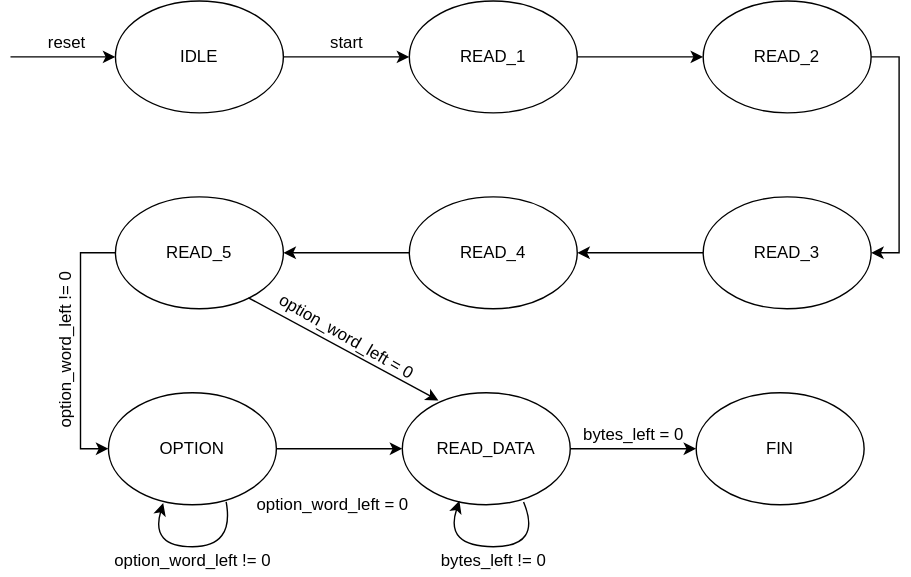
Above: Documentation/State_diagram/TCP_decoder_sd.svg in ntpt7921/Verilog_UDP_TCP (draw.io), before the change. Source tidied: cells renumbered, new cells last; positions are measured from the earlier drawing's top-left corner, leaving out a move shared by most shapes.
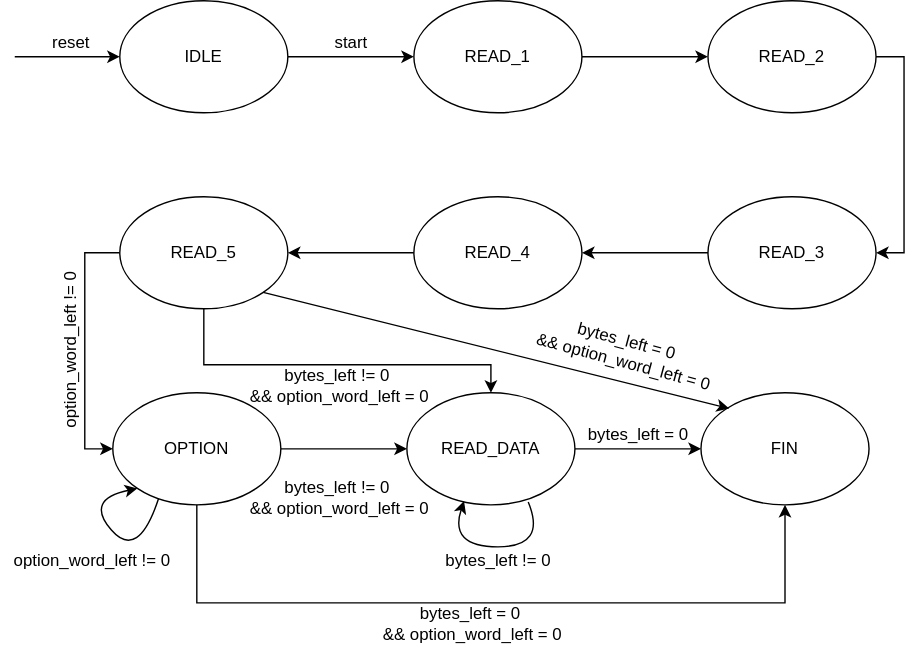
After the commit.

What changed in the source:
```diff
@@ -66,26 +66,9 @@
     <mxCell id="20" value="reset" style="text;html=1;align=center;verticalAlign=middle;strokeColor=none;fillColor=none;" parent="1" vertex="1">
       <mxGeometry x="45" y="20" width="40" height="20" as="geometry" />
     </mxCell>
-    <mxCell id="21" style="endArrow=classic;html=1;rounded=0;exitX=0.792;exitY=0.902;exitDx=0;exitDy=0;exitPerimeter=0;entryX=0.215;entryY=0.069;entryDx=0;entryDy=0;entryPerimeter=0;" parent="1" edge="1" source="9" target="17">
-      <mxGeometry relative="1" as="geometry" />
-    </mxCell>
     <mxCell id="22" value="&lt;div&gt;option_word_left != 0&lt;/div&gt;" style="text;html=1;align=center;verticalAlign=middle;strokeColor=none;fillColor=none;rotation=-90;" parent="1" vertex="1">
       <mxGeometry y="240" width="130" height="20" as="geometry" />
     </mxCell>
-    <mxCell id="23" value="&lt;div&gt;option_word_left = 0&lt;/div&gt;" style="text;html=1;align=center;verticalAlign=middle;strokeColor=none;fillColor=none;rotation=30;" parent="1" vertex="1">
-      <mxGeometry x="205" y="230" width="120" height="20" as="geometry" />
-    </mxCell>
-    <mxCell id="24" value="&lt;div&gt;option_word_left = 0&lt;/div&gt;" style="text;html=1;align=center;verticalAlign=middle;strokeColor=none;fillColor=none;" parent="1" vertex="1">
-      <mxGeometry x="195" y="350" width="120" height="20" as="geometry" />
-    </mxCell>
-    <mxCell id="25" style="curved=1;endArrow=classic;html=1;rounded=0;exitX=0.701;exitY=0.975;exitDx=0;exitDy=0;exitPerimeter=0;entryX=0.326;entryY=0.985;entryDx=0;entryDy=0;entryPerimeter=0;" parent="1" edge="1" source="15" target="15">
-      <mxGeometry relative="1" as="geometry">
-        <Array as="points">
-          <mxPoint x="185" y="390" />
-          <mxPoint x="125" y="390" />
-        </Array>
-      </mxGeometry>
-    </mxCell>
     <mxCell id="26" style="curved=1;endArrow=classic;html=1;rounded=0;exitX=0.722;exitY=0.975;exitDx=0;exitDy=0;exitPerimeter=0;entryX=0.34;entryY=0.965;entryDx=0;entryDy=0;entryPerimeter=0;" parent="1" edge="1" source="17" target="17">
       <mxGeometry relative="1" as="geometry">
         <Array as="points">
@@ -94,9 +77,6 @@
         </Array>
       </mxGeometry>
     </mxCell>
-    <mxCell id="27" value="&lt;div&gt;option_word_left != 0&lt;/div&gt;" style="text;html=1;align=center;verticalAlign=middle;strokeColor=none;fillColor=none;" parent="1" vertex="1">
-      <mxGeometry x="90" y="390" width="130" height="20" as="geometry" />
-    </mxCell>
     <mxCell id="28" value="&lt;div&gt;bytes_left != 0&lt;/div&gt;" style="text;html=1;align=center;verticalAlign=middle;strokeColor=none;fillColor=none;" parent="1" vertex="1">
       <mxGeometry x="325" y="390" width="90" height="20" as="geometry" />
     </mxCell>
@@ -106,5 +86,56 @@
     <mxCell id="30" value="start" style="text;html=1;align=center;verticalAlign=middle;strokeColor=none;fillColor=none;" parent="1" vertex="1">
       <mxGeometry x="245" y="20" width="40" height="20" as="geometry" />
     </mxCell>
+    <mxCell id="31" style="edgeStyle=orthogonalEdgeStyle;rounded=0;orthogonalLoop=1;jettySize=auto;html=1;" parent="1" edge="1">
+      <mxGeometry relative="1" as="geometry">
+        <mxPoint x="160" y="220" as="sourcePoint" />
+        <mxPoint x="365" y="280" as="targetPoint" />
+        <Array as="points">
+          <mxPoint x="160" y="260" />
+          <mxPoint x="365" y="260" />
+        </Array>
+      </mxGeometry>
+    </mxCell>
+    <mxCell id="32" style="edgeStyle=none;rounded=0;orthogonalLoop=1;jettySize=auto;html=1;exitX=1;exitY=1;exitDx=0;exitDy=0;entryX=0.168;entryY=0.14;entryDx=0;entryDy=0;entryPerimeter=0;" parent="1" edge="1">
+      <mxGeometry relative="1" as="geometry">
+        <mxPoint x="202.4" y="208.3" as="sourcePoint" />
+        <mxPoint x="535.2" y="291.2" as="targetPoint" />
+      </mxGeometry>
+    </mxCell>
+    <mxCell id="33" value="&lt;div&gt;bytes_left = 0&lt;/div&gt;&amp;nbsp;&amp;amp;&amp;amp; option_word_left = 0" style="text;html=1;align=center;verticalAlign=middle;strokeColor=none;fillColor=none;rotation=15;" parent="1" vertex="1">
+      <mxGeometry x="385" y="235" width="150" height="30" as="geometry" />
+    </mxCell>
+    <mxCell id="34" value="&lt;div&gt;bytes_left != 0&lt;/div&gt;&amp;nbsp;&amp;amp;&amp;amp; option_word_left = 0" style="text;html=1;align=center;verticalAlign=middle;strokeColor=none;fillColor=none;rotation=0;" parent="1" vertex="1">
+      <mxGeometry x="180" y="260" width="150" height="30" as="geometry" />
+    </mxCell>
+    <mxCell id="35" style="edgeStyle=orthogonalEdgeStyle;rounded=0;orthogonalLoop=1;jettySize=auto;html=1;exitX=0.5;exitY=1;exitDx=0;exitDy=0;entryX=0.5;entryY=1;entryDx=0;entryDy=0;" parent="1" edge="1">
+      <mxGeometry relative="1" as="geometry">
+        <mxPoint x="155" y="360" as="sourcePoint" />
+        <mxPoint x="575" y="360" as="targetPoint" />
+        <Array as="points">
+          <mxPoint x="155" y="430" />
+          <mxPoint x="575" y="430" />
+        </Array>
+      </mxGeometry>
+    </mxCell>
+    <mxCell id="36" value="&lt;div&gt;bytes_left != 0&lt;/div&gt;&amp;nbsp;&amp;amp;&amp;amp; option_word_left = 0" style="text;html=1;align=center;verticalAlign=middle;strokeColor=none;fillColor=none;" parent="1" vertex="1">
+      <mxGeometry x="180" y="340" width="150" height="30" as="geometry" />
+    </mxCell>
+    <mxCell id="27" value="&lt;div&gt;option_word_left != 0&lt;/div&gt;" style="text;html=1;align=center;verticalAlign=middle;strokeColor=none;fillColor=none;" parent="1" vertex="1">
+      <mxGeometry x="15" y="390" width="130" height="20" as="geometry" />
+    </mxCell>
+    <mxCell id="37" style="endArrow=classic;html=1;rounded=0;curved=1;exitX=0.272;exitY=0.946;exitDx=0;exitDy=0;exitPerimeter=0;entryX=0;entryY=1;entryDx=0;entryDy=0;" parent="1" edge="1">
+      <mxGeometry relative="1" as="geometry">
+        <mxPoint x="127.6" y="355.7" as="sourcePoint" />
+        <mxPoint x="112.6" y="348.3" as="targetPoint" />
+        <Array as="points">
+          <mxPoint x="113" y="400" />
+          <mxPoint x="75" y="356" />
+        </Array>
+      </mxGeometry>
+    </mxCell>
+    <mxCell id="38" value="&lt;div&gt;bytes_left = 0&lt;/div&gt;&amp;nbsp;&amp;amp;&amp;amp; option_word_left = 0" style="text;html=1;align=center;verticalAlign=middle;strokeColor=none;fillColor=none;" parent="1" vertex="1">
+      <mxGeometry x="275" y="430" width="150" height="30" as="geometry" />
+    </mxCell>
   </root>
 </mxGraphModel>
```
